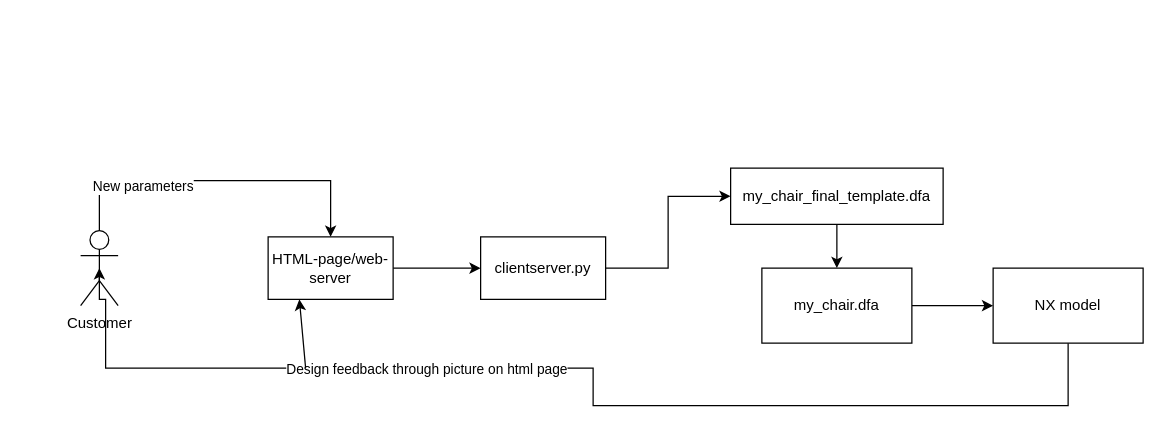
opetlund/TMM4275 keeps this draw.io diagram as Architecture.drawio. Above is the earlier version. Source tidied: cells renumbered, new cells numbered last; positions are measured from the earlier drawing's top-left corner, leaving out a move shared by most shapes. Both pictures are drawn from the tidied source at 125%, with x=0, y=0 at pixel (80, 168).
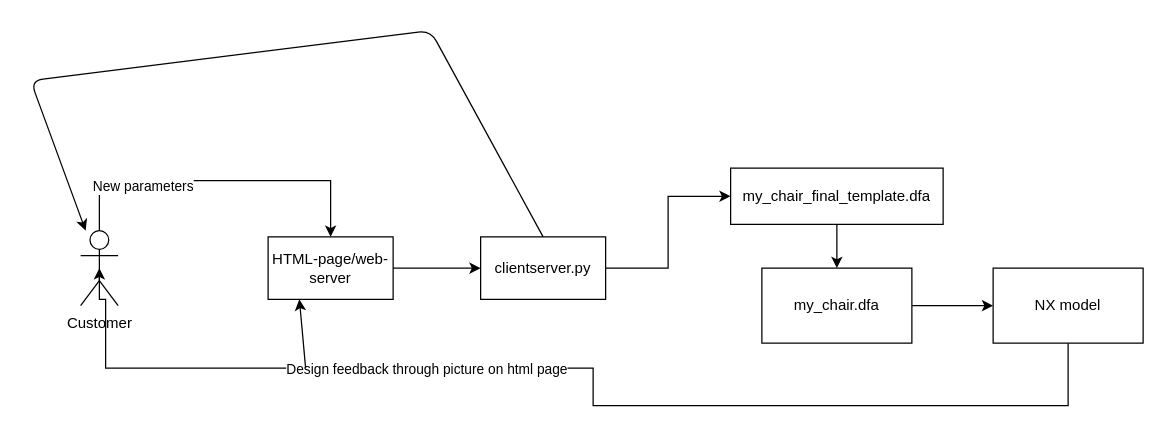
After the change.

Unchanged cells that the change refers to:
```xml
<mxCell id="6" value="Customer" style="shape=umlActor;verticalLabelPosition=bottom;verticalAlign=top;html=1;outlineConnect=0;" parent="1" vertex="1">
  <mxGeometry y="50" width="30" height="60" as="geometry" />
</mxCell>
<mxCell id="8" value="clientserver.py" style="rounded=0;whiteSpace=wrap;html=1;" parent="1" vertex="1">
  <mxGeometry x="320" y="55" width="100" height="50" as="geometry" />
</mxCell>
```

The edit, as a diff of the source:
```diff
@@
+    <mxCell id="17" style="endArrow=classic;html=1;exitX=0.5;exitY=0;exitDx=0;exitDy=0;" parent="1" edge="1" source="8" target="6">
+      <mxGeometry relative="1" as="geometry">
+        <Array as="points">
+          <mxPoint x="280" y="-110" />
+          <mxPoint x="-40" y="-70" />
+        </Array>
+      </mxGeometry>
+    </mxCell>
```
